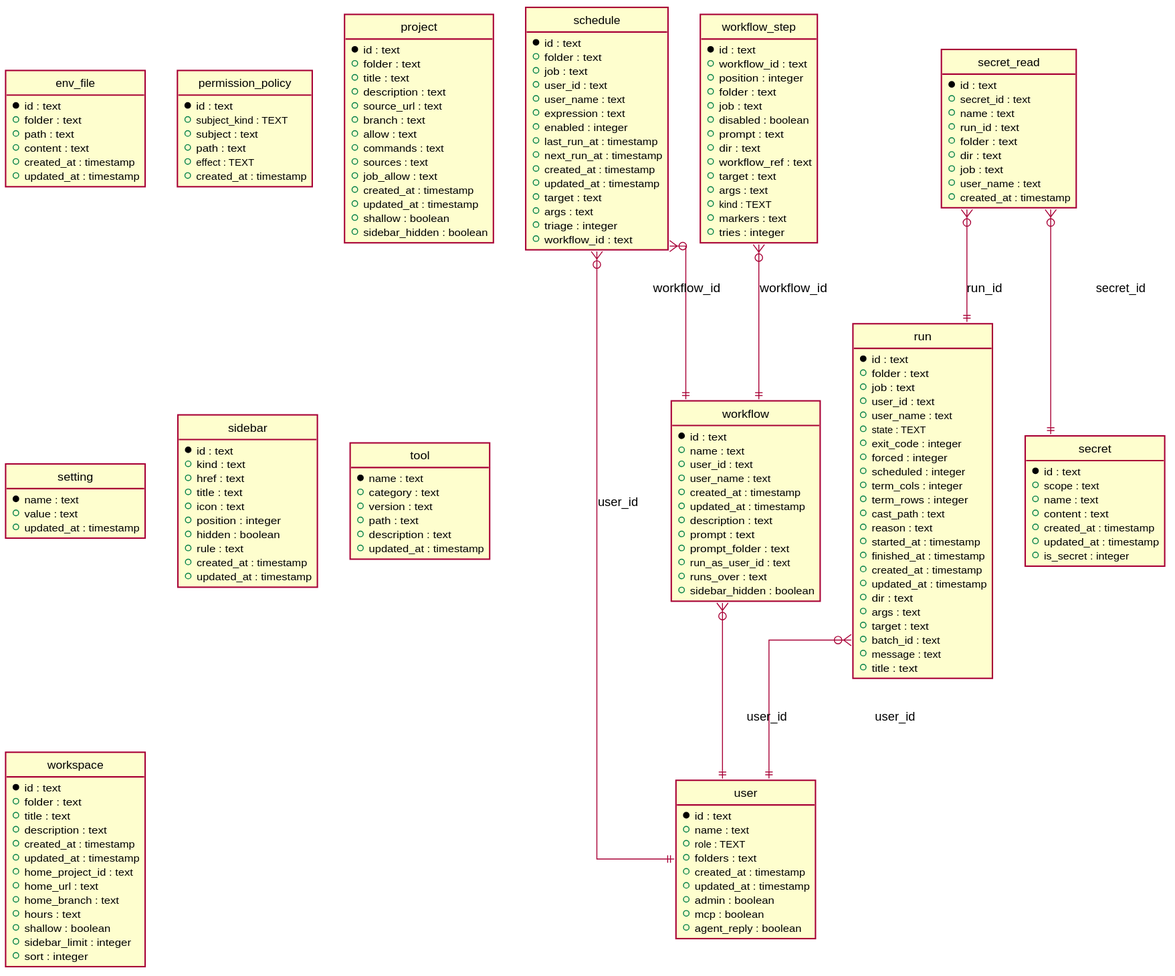
This is phpfront/app/modules/settings/schema.svg from titpetric/task-ui, a PlantUML export, as it was before one commit.
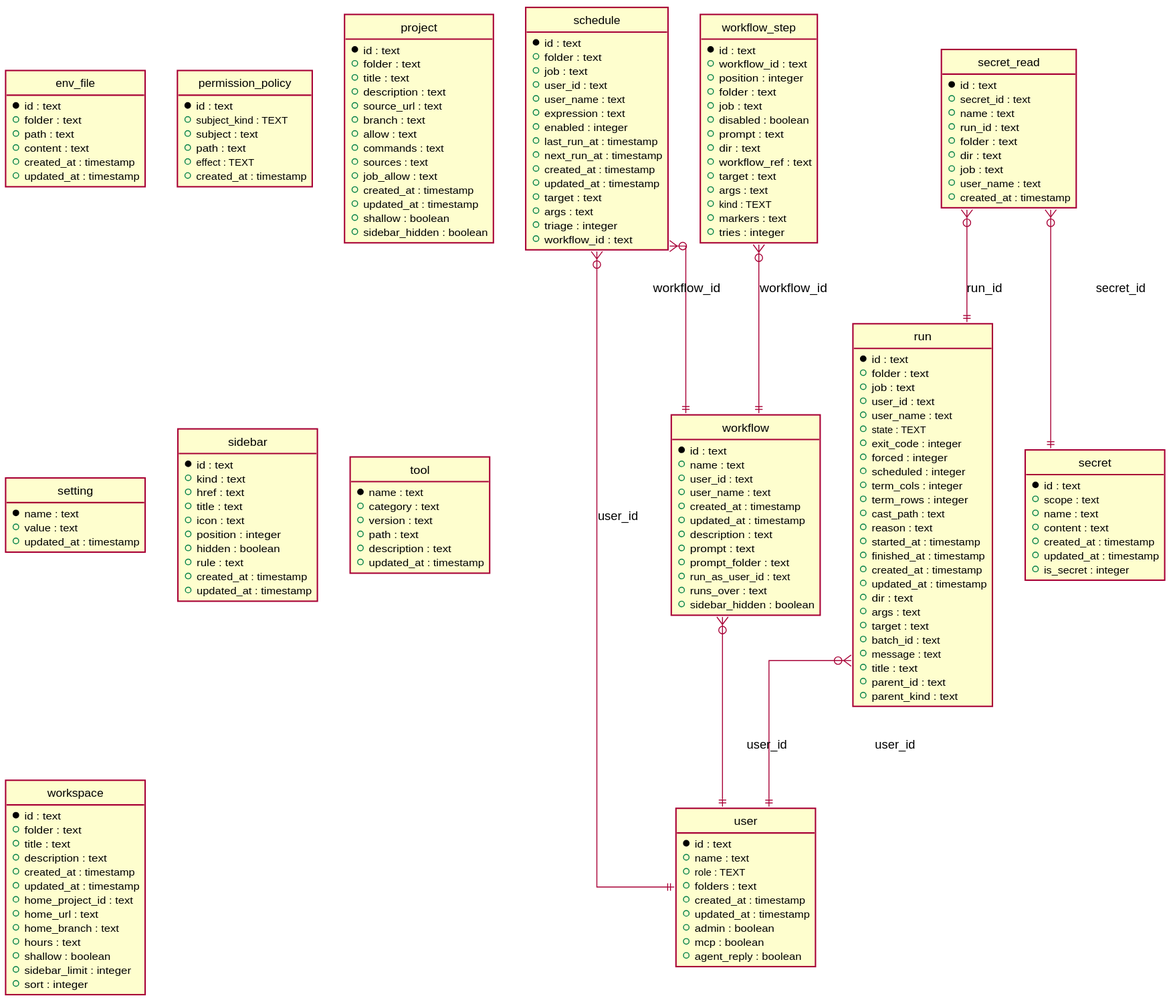
After the commit.

What changed in the source:
```diff
@@ -63,6 +63,8 @@
   + batch_id : text
   + message : text
   + title : text
+  + parent_id : text
+  + parent_kind : text
 }
 
 entity "schedule" {
```
